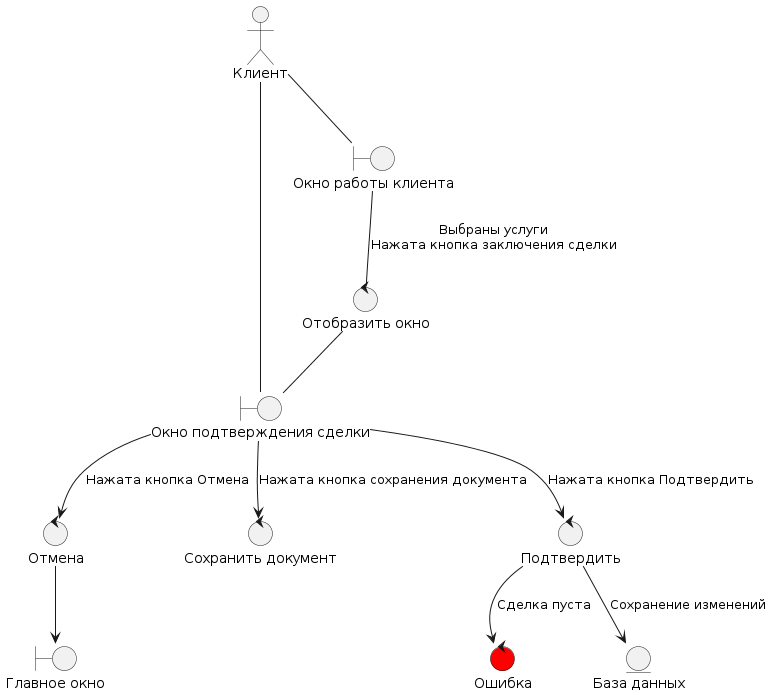
The PlantUML diagram Diagrams/images/Prigodnost/Client_Confirm.png in Student7751/CourseWork, before a commit.
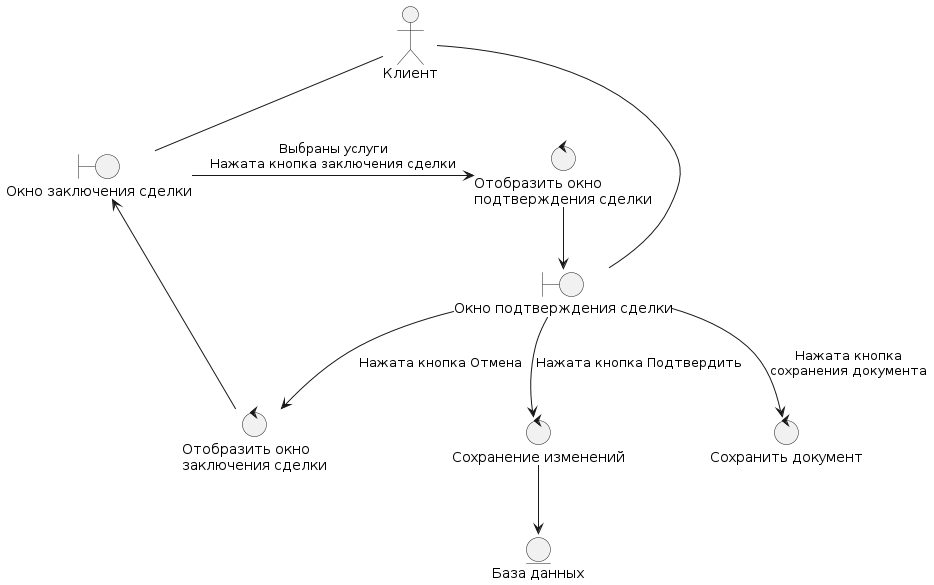
After the commit.

What changed in the source:
```diff
@@ -1,28 +1,26 @@
 @startuml
 boundary "Окно подтверждения сделки" as confirm_deal_window
-boundary "Главное окно" as main_window
-boundary "Окно работы клиента" as work_window
+boundary "Окно заключения сделки" as work_window
 
 actor "Клиент" as user
 
 
-control "Отмена" as back_control
+control "Отобразить окно\nзаключения сделки" as back_control
 control "Сохранить документ" as save_control
-control "Подтвердить" as confirm_control
-control "Отобразить окно" as view_control
-control "Ошибка" as error #red
+control "Сохранение изменений" as confirm_control
+control "Отобразить окно\nподтверждения сделки" as view_control
 
-user -- confirm_deal_window
-user -- work_window
 
-work_window -- view_control: Выбраны услуги\nНажата кнопка заключения сделки
+user -down- confirm_deal_window
+user -down- work_window
+
+work_window -right-> view_control: Выбраны услуги\nНажата кнопка заключения сделки
 entity "База данных" as DB
 
-view_control -- confirm_deal_window
+view_control -down-> confirm_deal_window
 confirm_deal_window --> back_control: Нажата кнопка Отмена
-back_control --> main_window
-confirm_deal_window --> save_control: Нажата кнопка сохранения документа
+back_control --> work_window
+confirm_deal_window --> save_control: Нажата кнопка\nсохранения документа
 confirm_deal_window --> confirm_control: Нажата кнопка Подтвердить
-confirm_control --> DB: Сохранение изменений
-confirm_control --> error: Сделка пуста
+confirm_control --> DB
 @enduml
```
